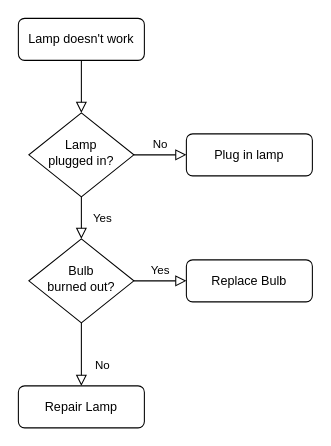
This is Untitled Diagram.drawio from Rebeca98/Proyecto_MineriaDatos, a draw.io file, before an edit. Source tidied: cells renumbered, new cells numbered last; positions are measured from the earlier drawing's top-left corner, leaving out a move shared by most shapes. Both pictures are drawn from the tidied source at 105%, with x=0, y=0 at pixel (18, 18).
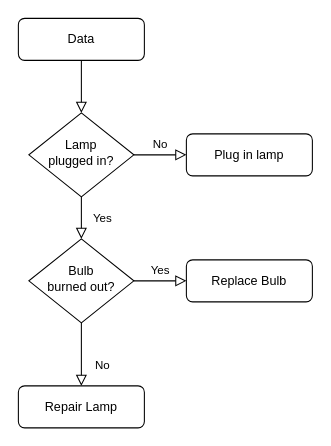
Above is the later version.

The edit, as a diff of the source:
```diff
@@
 <mxGraphModel>
   <root>
     <mxCell id="0" />
     <mxCell id="1" parent="0" />
     <mxCell id="2" style="rounded=0;html=1;jettySize=auto;fontSize=11;endArrow=block;endFill=0;endSize=8;strokeWidth=1;shadow=0;labelBackgroundColor=none;edgeStyle=orthogonalEdgeStyle;" parent="1" edge="1" source="3" target="6">
       <mxGeometry relative="1" as="geometry" />
     </mxCell>
-    <mxCell id="3" value="Lamp doesn't work" style="rounded=1;whiteSpace=wrap;html=1;fontSize=12;glass=0;strokeWidth=1;shadow=0;" parent="1" vertex="1">
+    <mxCell id="3" value="Data" style="rounded=1;whiteSpace=wrap;html=1;fontSize=12;glass=0;strokeWidth=1;shadow=0;" parent="1" vertex="1">
       <mxGeometry width="120" height="40" as="geometry" />
     </mxCell>
     <mxCell id="4" value="Yes" style="rounded=0;html=1;jettySize=auto;fontSize=11;endArrow=block;endFill=0;endSize=8;strokeWidth=1;shadow=0;labelBackgroundColor=none;edgeStyle=orthogonalEdgeStyle;" parent="1" edge="1" source="6" target="10">
       <mxGeometry y="20" relative="1" as="geometry" />
     </mxCell>
     <mxCell id="5" value="No" style="edgeStyle=orthogonalEdgeStyle;rounded=0;html=1;jettySize=auto;fontSize=11;endArrow=block;endFill=0;endSize=8;strokeWidth=1;shadow=0;labelBackgroundColor=none;" parent="1" edge="1" source="6" target="7">
       <mxGeometry y="10" relative="1" as="geometry" />
     </mxCell>
     <mxCell id="6" value="Lamp&lt;br&gt;plugged in?" style="rhombus;whiteSpace=wrap;html=1;shadow=0;fontFamily=Helvetica;fontSize=12;align=center;strokeWidth=1;spacing=6;spacingTop=-4;" parent="1" vertex="1">
       <mxGeometry x="10" y="90" width="100" height="80" as="geometry" />
     </mxCell>
     <mxCell id="7" value="Plug in lamp" style="rounded=1;whiteSpace=wrap;html=1;fontSize=12;glass=0;strokeWidth=1;shadow=0;" parent="1" vertex="1">
       <mxGeometry x="160" y="110" width="120" height="40" as="geometry" />
     </mxCell>
     <mxCell id="8" value="No" style="rounded=0;html=1;jettySize=auto;fontSize=11;endArrow=block;endFill=0;endSize=8;strokeWidth=1;shadow=0;labelBackgroundColor=none;edgeStyle=orthogonalEdgeStyle;" parent="1" edge="1" source="10" target="11">
       <mxGeometry x="0.33" y="20" relative="1" as="geometry" />
     </mxCell>
     <mxCell id="9" value="Yes" style="edgeStyle=orthogonalEdgeStyle;rounded=0;html=1;jettySize=auto;fontSize=11;endArrow=block;endFill=0;endSize=8;strokeWidth=1;shadow=0;labelBackgroundColor=none;" parent="1" edge="1" source="10" target="12">
       <mxGeometry y="10" relative="1" as="geometry" />
     </mxCell>
     <mxCell id="10" value="Bulb&lt;br&gt;burned out?" style="rhombus;whiteSpace=wrap;html=1;shadow=0;fontFamily=Helvetica;fontSize=12;align=center;strokeWidth=1;spacing=6;spacingTop=-4;" parent="1" vertex="1">
       <mxGeometry x="10" y="210" width="100" height="80" as="geometry" />
     </mxCell>
     <mxCell id="11" value="Repair Lamp" style="rounded=1;whiteSpace=wrap;html=1;fontSize=12;glass=0;strokeWidth=1;shadow=0;" parent="1" vertex="1">
       <mxGeometry y="350" width="120" height="40" as="geometry" />
     </mxCell>
     <mxCell id="12" value="Replace Bulb" style="rounded=1;whiteSpace=wrap;html=1;fontSize=12;glass=0;strokeWidth=1;shadow=0;" parent="1" vertex="1">
       <mxGeometry x="160" y="230" width="120" height="40" as="geometry" />
     </mxCell>
   </root>
 </mxGraphModel>
```
